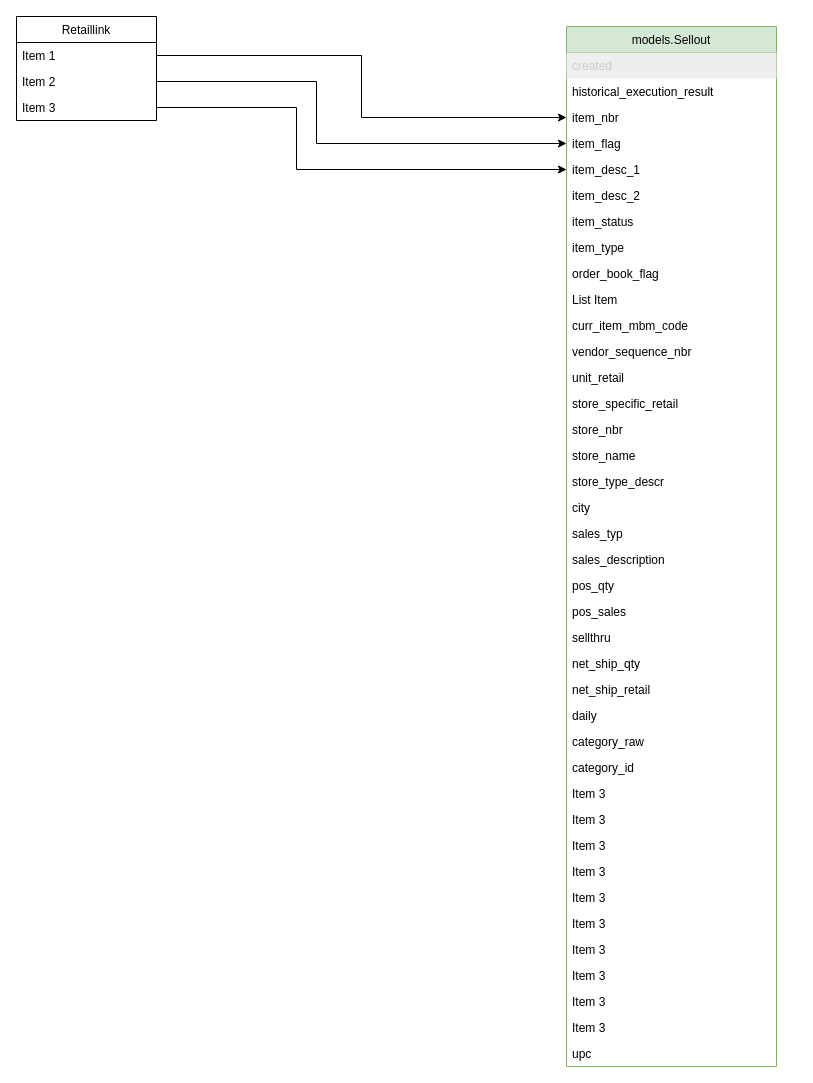
The draw.io diagram Data fields.drawio in misaelnieto/chale, before the edit. Source tidied: cells renumbered, new cells numbered last; positions are measured from the earlier drawing's top-left corner, leaving out a move shared by most shapes. Both pictures are drawn from the tidied source at 100%, with x=0, y=0 at pixel (16, 16).
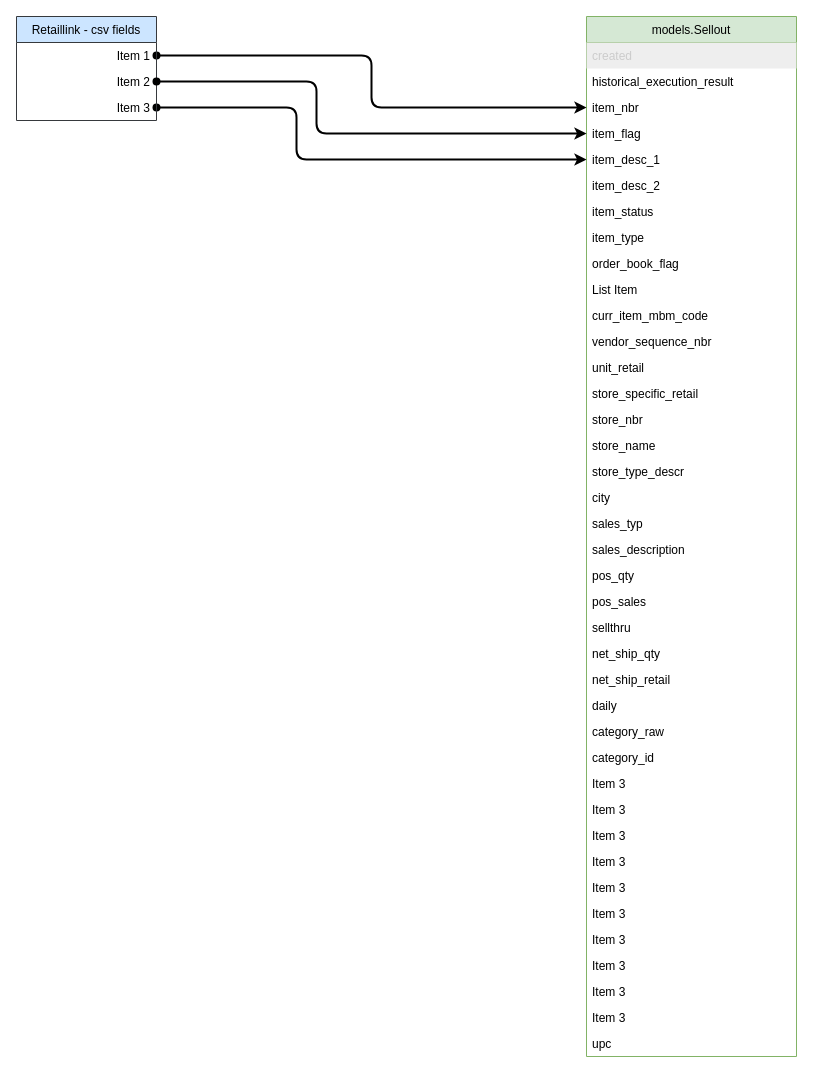
The same page after the edit.

Unchanged cells that the change refers to:
```xml
<mxCell id="5" value="item_nbr" style="text;strokeColor=none;fillColor=none;align=left;verticalAlign=top;spacingLeft=4;spacingRight=4;overflow=hidden;points=[[0,0.5],[1,0.5]];portConstraint=eastwest;" parent="2" vertex="1">
  <mxGeometry y="78" width="210" height="26" as="geometry" />
</mxCell>
<mxCell id="6" value="item_flag" style="text;strokeColor=none;fillColor=none;align=left;verticalAlign=top;spacingLeft=4;spacingRight=4;overflow=hidden;points=[[0,0.5],[1,0.5]];portConstraint=eastwest;" parent="2" vertex="1">
  <mxGeometry y="104" width="210" height="26" as="geometry" />
</mxCell>
<mxCell id="7" value="item_desc_1&#10;" style="text;strokeColor=none;fillColor=none;align=left;verticalAlign=top;spacingLeft=4;spacingRight=4;overflow=hidden;points=[[0,0.5],[1,0.5]];portConstraint=eastwest;" parent="2" vertex="1">
  <mxGeometry y="130" width="210" height="26" as="geometry" />
</mxCell>
```

Change to the diagram source:
```diff
@@
     <mxCell id="2" value="models.Sellout" style="swimlane;fontStyle=0;horizontal=1;startSize=26;fillColor=#d5e8d4;strokeColor=#82b366;" parent="1" vertex="1">
-      <mxGeometry x="550" y="10" width="210" height="1040" as="geometry" />
+      <mxGeometry x="570" width="210" height="1040" as="geometry" />
     </mxCell>
@@
-    <mxCell id="42" style="edgeStyle=orthogonalEdgeStyle;rounded=0;jettySize=auto;html=1;fontColor=#CCCCCC;" parent="1" edge="1" source="45" target="5">
+    <mxCell id="42" style="edgeStyle=orthogonalEdgeStyle;rounded=1;jettySize=auto;html=1;fontColor=#CCCCCC;startArrow=oval;startFill=1;strokeWidth=2;" parent="1" edge="1" source="45" target="5">
       <mxGeometry relative="1" as="geometry" />
     </mxCell>
-    <mxCell id="43" style="edgeStyle=elbowEdgeStyle;rounded=0;jettySize=auto;html=1;entryX=0;entryY=0.5;entryDx=0;entryDy=0;fontColor=#CCCCCC;" parent="1" edge="1" source="47" target="7">
+    <mxCell id="43" style="edgeStyle=elbowEdgeStyle;rounded=1;jettySize=auto;html=1;entryX=0;entryY=0.5;entryDx=0;entryDy=0;fontColor=#CCCCCC;startArrow=oval;startFill=1;strokeWidth=2;" parent="1" edge="1" source="47" target="7">
       <mxGeometry relative="1" as="geometry">
         <Array as="points">
           <mxPoint x="280" y="130" />
         </Array>
       </mxGeometry>
     </mxCell>
-    <mxCell id="44" value="Retaillink" style="swimlane;fontStyle=0;horizontal=1;startSize=26;fillColor=none;" parent="1" vertex="1">
+    <mxCell id="44" value="Retaillink - csv fields" style="swimlane;fontStyle=0;horizontal=1;startSize=26;fillColor=#cce5ff;strokeColor=#36393d;" parent="1" vertex="1">
       <mxGeometry width="140" height="104" as="geometry" />
     </mxCell>
-    <mxCell id="45" value="Item 1" style="text;strokeColor=none;fillColor=none;align=left;verticalAlign=top;spacingLeft=4;spacingRight=4;overflow=hidden;points=[[0,0.5],[1,0.5]];portConstraint=eastwest;perimeter=ellipsePerimeter;" parent="44" vertex="1">
+    <mxCell id="45" value="Item 1" style="text;strokeColor=none;fillColor=none;align=right;verticalAlign=top;spacingLeft=4;spacingRight=4;overflow=hidden;points=[[0,0.5],[1,0.5]];portConstraint=eastwest;perimeter=ellipsePerimeter;" parent="44" vertex="1">
       <mxGeometry y="26" width="140" height="26" as="geometry" />
     </mxCell>
-    <mxCell id="46" value="Item 2" style="text;strokeColor=none;fillColor=none;align=left;verticalAlign=top;spacingLeft=4;spacingRight=4;overflow=hidden;points=[[0,0.5],[1,0.5]];portConstraint=eastwest;" parent="44" vertex="1">
+    <mxCell id="46" value="Item 2" style="text;strokeColor=none;fillColor=none;align=right;verticalAlign=top;spacingLeft=4;spacingRight=4;overflow=hidden;points=[[0,0.5],[1,0.5]];portConstraint=eastwest;" parent="44" vertex="1">
       <mxGeometry y="52" width="140" height="26" as="geometry" />
     </mxCell>
-    <mxCell id="47" value="Item 3" style="text;strokeColor=none;fillColor=none;align=left;verticalAlign=top;spacingLeft=4;spacingRight=4;overflow=hidden;points=[[0,0.5],[1,0.5]];portConstraint=eastwest;" parent="44" vertex="1">
+    <mxCell id="47" value="Item 3" style="text;strokeColor=none;fillColor=none;align=right;verticalAlign=top;spacingLeft=4;spacingRight=4;overflow=hidden;points=[[0,0.5],[1,0.5]];portConstraint=eastwest;" parent="44" vertex="1">
       <mxGeometry y="78" width="140" height="26" as="geometry" />
     </mxCell>
-    <mxCell id="48" style="edgeStyle=elbowEdgeStyle;rounded=0;jettySize=auto;html=1;fontColor=#CCCCCC;" parent="1" edge="1" source="46" target="6">
+    <mxCell id="48" style="edgeStyle=elbowEdgeStyle;rounded=1;jettySize=auto;html=1;fontColor=#CCCCCC;startArrow=oval;startFill=1;strokeWidth=2;" parent="1" edge="1" source="46" target="6">
       <mxGeometry relative="1" as="geometry">
         <Array as="points">
           <mxPoint x="300" y="100" />
         </Array>
       </mxGeometry>
     </mxCell>
```
